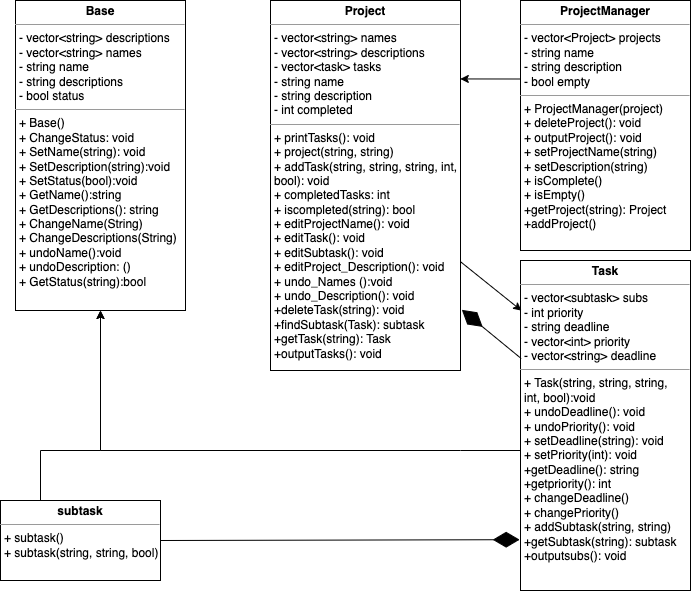
The draw.io diagram images/UML_CS100P.png in ELing24/Task_Scheduler_CPP, before a commit. Source tidied: cells renumbered, new cells last; positions are measured from the earlier drawing's top-left corner, leaving out a move shared by most shapes.
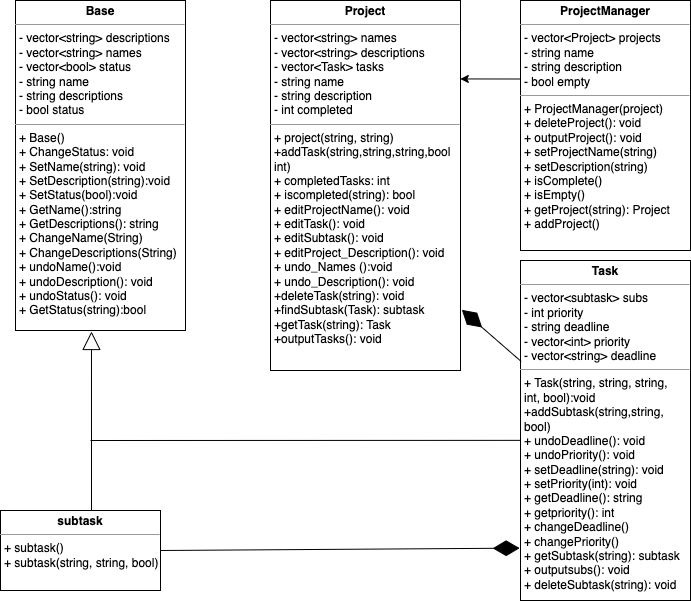
After the change.

Change to the diagram source:
```diff
@@ -2,41 +2,21 @@
   <root>
     <mxCell id="0" />
     <mxCell id="1" parent="0" />
-    <mxCell id="2" value="&lt;p style=&quot;margin:0px;margin-top:4px;text-align:center;&quot;&gt;&lt;b&gt;ProjectManager&lt;/b&gt;&lt;/p&gt;&lt;hr size=&quot;1&quot;&gt;&lt;p style=&quot;margin:0px;margin-left:4px;&quot;&gt;- vector&amp;lt;Project&amp;gt; projects&lt;br&gt;&lt;/p&gt;&lt;p style=&quot;margin:0px;margin-left:4px;&quot;&gt;- string name&lt;/p&gt;&lt;p style=&quot;margin:0px;margin-left:4px;&quot;&gt;- string description&lt;/p&gt;&lt;p style=&quot;margin:0px;margin-left:4px;&quot;&gt;- bool empty&lt;/p&gt;&lt;hr size=&quot;1&quot;&gt;&lt;p style=&quot;margin:0px;margin-left:4px;&quot;&gt;+ ProjectManager(project)&lt;/p&gt;&lt;p style=&quot;margin:0px;margin-left:4px;&quot;&gt;+ deleteProject(): void&lt;br&gt;&lt;/p&gt;&lt;p style=&quot;margin:0px;margin-left:4px;&quot;&gt;+ outputProject(): void&lt;br&gt;&lt;/p&gt;&lt;p style=&quot;margin:0px;margin-left:4px;&quot;&gt;+ setProjectName(string)&lt;br&gt;&lt;/p&gt;&lt;p style=&quot;margin:0px;margin-left:4px;&quot;&gt;+ setDescription(string)&lt;br&gt;&lt;/p&gt;&lt;p style=&quot;margin:0px;margin-left:4px;&quot;&gt;+ isComplete()&lt;br&gt;&lt;/p&gt;&lt;p style=&quot;margin:0px;margin-left:4px;&quot;&gt;+ isEmpty()&lt;br&gt;&lt;/p&gt;&lt;p style=&quot;margin:0px;margin-left:4px;&quot;&gt;+getProject(string): Project&lt;/p&gt;&lt;p style=&quot;margin:0px;margin-left:4px;&quot;&gt;+addProject()&lt;/p&gt;" style="verticalAlign=top;align=left;overflow=fill;fontSize=12;fontFamily=Helvetica;html=1;" parent="1" vertex="1">
+    <mxCell id="2" value="&lt;p style=&quot;margin:0px;margin-top:4px;text-align:center;&quot;&gt;&lt;b&gt;ProjectManager&lt;/b&gt;&lt;/p&gt;&lt;hr size=&quot;1&quot;&gt;&lt;p style=&quot;margin:0px;margin-left:4px;&quot;&gt;- vector&amp;lt;Project&amp;gt; projects&lt;br&gt;&lt;/p&gt;&lt;p style=&quot;margin:0px;margin-left:4px;&quot;&gt;- string name&lt;/p&gt;&lt;p style=&quot;margin:0px;margin-left:4px;&quot;&gt;- string description&lt;/p&gt;&lt;p style=&quot;margin:0px;margin-left:4px;&quot;&gt;- bool empty&lt;/p&gt;&lt;hr size=&quot;1&quot;&gt;&lt;p style=&quot;margin:0px;margin-left:4px;&quot;&gt;+ ProjectManager(project)&lt;/p&gt;&lt;p style=&quot;margin:0px;margin-left:4px;&quot;&gt;+ deleteProject(): void&lt;br&gt;&lt;/p&gt;&lt;p style=&quot;margin:0px;margin-left:4px;&quot;&gt;+ outputProject(): void&lt;br&gt;&lt;/p&gt;&lt;p style=&quot;margin:0px;margin-left:4px;&quot;&gt;+ setProjectName(string)&lt;br&gt;&lt;/p&gt;&lt;p style=&quot;margin:0px;margin-left:4px;&quot;&gt;+ setDescription(string)&lt;br&gt;&lt;/p&gt;&lt;p style=&quot;margin:0px;margin-left:4px;&quot;&gt;+ isComplete()&lt;br&gt;&lt;/p&gt;&lt;p style=&quot;margin:0px;margin-left:4px;&quot;&gt;+ isEmpty()&lt;br&gt;&lt;/p&gt;&lt;p style=&quot;margin:0px;margin-left:4px;&quot;&gt;+ getProject(string): Project&lt;/p&gt;&lt;p style=&quot;margin:0px;margin-left:4px;&quot;&gt;+ addProject()&lt;/p&gt;" style="verticalAlign=top;align=left;overflow=fill;fontSize=12;fontFamily=Helvetica;html=1;" parent="1" vertex="1">
       <mxGeometry x="520" width="170" height="250" as="geometry" />
     </mxCell>
-    <mxCell id="3" value="&lt;p style=&quot;margin:0px;margin-top:4px;text-align:center;&quot;&gt;&lt;b&gt;Project&lt;/b&gt;&lt;/p&gt;&lt;hr size=&quot;1&quot;&gt;&lt;p style=&quot;margin:0px;margin-left:4px;&quot;&gt;- vector&amp;lt;string&amp;gt; names&lt;br&gt;&lt;/p&gt;&lt;p style=&quot;margin:0px;margin-left:4px;&quot;&gt;- vector&amp;lt;string&amp;gt; descriptions&lt;/p&gt;&lt;p style=&quot;margin:0px;margin-left:4px;&quot;&gt;- vector&amp;lt;task&amp;gt; tasks&lt;br&gt;&lt;/p&gt;&lt;p style=&quot;margin:0px;margin-left:4px;&quot;&gt;- string name&lt;/p&gt;&lt;p style=&quot;margin:0px;margin-left:4px;&quot;&gt;- string description&lt;br&gt;&lt;/p&gt;&lt;p style=&quot;margin:0px;margin-left:4px;&quot;&gt;- int completed&lt;br&gt;&lt;/p&gt;&lt;hr size=&quot;1&quot;&gt;&lt;p style=&quot;margin:0px;margin-left:4px;&quot;&gt;+ printTasks(): void&lt;/p&gt;&lt;p style=&quot;margin:0px;margin-left:4px;&quot;&gt;+ project(string, string)&lt;br&gt;&lt;/p&gt;&lt;p style=&quot;margin:0px;margin-left:4px;&quot;&gt;+ addTask(string, string, string, int,&amp;nbsp;&lt;/p&gt;&lt;p style=&quot;margin:0px;margin-left:4px;&quot;&gt;&lt;span style=&quot;background-color: initial;&quot;&gt;bool): void&lt;/span&gt;&lt;/p&gt;&lt;p style=&quot;margin:0px;margin-left:4px;&quot;&gt;+ completedTasks: int&lt;br&gt;&lt;/p&gt;&lt;p style=&quot;margin:0px;margin-left:4px;&quot;&gt;+ iscompleted(string): bool&lt;/p&gt;&lt;p style=&quot;margin:0px;margin-left:4px;&quot;&gt;+ editProjectName(): void&lt;br&gt;&lt;/p&gt;&lt;p style=&quot;margin:0px;margin-left:4px;&quot;&gt;+ editTask(): void&lt;/p&gt;&lt;p style=&quot;margin:0px;margin-left:4px;&quot;&gt;+ editSubtask(): void&amp;nbsp;&lt;/p&gt;&lt;p style=&quot;margin:0px;margin-left:4px;&quot;&gt;+ editProject_Description(): void&lt;br&gt;&lt;/p&gt;&lt;p style=&quot;margin:0px;margin-left:4px;&quot;&gt;+ undo_Names ():void&lt;br&gt;&lt;/p&gt;&lt;p style=&quot;margin:0px;margin-left:4px;&quot;&gt;+ undo_Description(): void&lt;br&gt;&lt;/p&gt;&lt;p style=&quot;margin:0px;margin-left:4px;&quot;&gt;+deleteTask(string): void&lt;/p&gt;&lt;p style=&quot;margin:0px;margin-left:4px;&quot;&gt;+findSubtask(Task): subtask&lt;/p&gt;&lt;p style=&quot;margin:0px;margin-left:4px;&quot;&gt;+getTask(string): Task&lt;/p&gt;&lt;p style=&quot;margin:0px;margin-left:4px;&quot;&gt;+outputTasks(): void&lt;/p&gt;&lt;p style=&quot;margin:0px;margin-left:4px;&quot;&gt;&lt;br&gt;&lt;/p&gt;&lt;p style=&quot;margin:0px;margin-left:4px;&quot;&gt;&lt;br&gt;&lt;/p&gt;" style="verticalAlign=top;align=left;overflow=fill;fontSize=12;fontFamily=Helvetica;html=1;" parent="1" vertex="1">
+    <mxCell id="3" value="&lt;p style=&quot;margin:0px;margin-top:4px;text-align:center;&quot;&gt;&lt;b&gt;Project&lt;/b&gt;&lt;/p&gt;&lt;hr size=&quot;1&quot;&gt;&lt;p style=&quot;margin:0px;margin-left:4px;&quot;&gt;- vector&amp;lt;string&amp;gt; names&lt;br&gt;&lt;/p&gt;&lt;p style=&quot;margin:0px;margin-left:4px;&quot;&gt;- vector&amp;lt;string&amp;gt; descriptions&lt;/p&gt;&lt;p style=&quot;margin:0px;margin-left:4px;&quot;&gt;- vector&amp;lt;Task&amp;gt; tasks&lt;br&gt;&lt;/p&gt;&lt;p style=&quot;margin:0px;margin-left:4px;&quot;&gt;- string name&lt;/p&gt;&lt;p style=&quot;margin:0px;margin-left:4px;&quot;&gt;- string description&lt;br&gt;&lt;/p&gt;&lt;p style=&quot;margin:0px;margin-left:4px;&quot;&gt;- int completed&lt;br&gt;&lt;/p&gt;&lt;hr size=&quot;1&quot;&gt;&lt;p style=&quot;margin:0px;margin-left:4px;&quot;&gt;&lt;span style=&quot;background-color: initial;&quot;&gt;+ project(string, string)&lt;/span&gt;&lt;/p&gt;&lt;p style=&quot;margin:0px;margin-left:4px;&quot;&gt;&lt;span style=&quot;background-color: initial;&quot;&gt;+addTask(string,string,string,bool&lt;/span&gt;&lt;/p&gt;&lt;p style=&quot;margin:0px;margin-left:4px;&quot;&gt;&lt;span style=&quot;background-color: initial;&quot;&gt;int)&lt;/span&gt;&lt;/p&gt;&lt;p style=&quot;margin:0px;margin-left:4px;&quot;&gt;+ completedTasks: int&lt;br&gt;&lt;/p&gt;&lt;p style=&quot;margin:0px;margin-left:4px;&quot;&gt;+ iscompleted(string): bool&lt;/p&gt;&lt;p style=&quot;margin:0px;margin-left:4px;&quot;&gt;+ editProjectName(): void&lt;br&gt;&lt;/p&gt;&lt;p style=&quot;margin:0px;margin-left:4px;&quot;&gt;+ editTask(): void&lt;/p&gt;&lt;p style=&quot;margin:0px;margin-left:4px;&quot;&gt;+ editSubtask(): void&amp;nbsp;&lt;/p&gt;&lt;p style=&quot;margin:0px;margin-left:4px;&quot;&gt;+ editProject_Description(): void&lt;br&gt;&lt;/p&gt;&lt;p style=&quot;margin:0px;margin-left:4px;&quot;&gt;+ undo_Names ():void&lt;br&gt;&lt;/p&gt;&lt;p style=&quot;margin:0px;margin-left:4px;&quot;&gt;+ undo_Description(): void&lt;br&gt;&lt;/p&gt;&lt;p style=&quot;margin:0px;margin-left:4px;&quot;&gt;+deleteTask(string): void&lt;/p&gt;&lt;p style=&quot;margin:0px;margin-left:4px;&quot;&gt;+findSubtask(Task): subtask&lt;/p&gt;&lt;p style=&quot;margin:0px;margin-left:4px;&quot;&gt;+getTask(string): Task&lt;/p&gt;&lt;p style=&quot;margin:0px;margin-left:4px;&quot;&gt;+outputTasks(): void&lt;/p&gt;&lt;p style=&quot;margin:0px;margin-left:4px;&quot;&gt;&lt;br&gt;&lt;/p&gt;&lt;p style=&quot;margin:0px;margin-left:4px;&quot;&gt;&lt;br&gt;&lt;/p&gt;" style="verticalAlign=top;align=left;overflow=fill;fontSize=12;fontFamily=Helvetica;html=1;" parent="1" vertex="1">
       <mxGeometry x="270" width="190" height="370" as="geometry" />
     </mxCell>
-    <mxCell id="4" value="&lt;p style=&quot;margin:0px;margin-top:4px;text-align:center;&quot;&gt;&lt;b&gt;Task&lt;/b&gt;&lt;/p&gt;&lt;hr size=&quot;1&quot;&gt;&lt;p style=&quot;margin:0px;margin-left:4px;&quot;&gt;- vector&amp;lt;subtask&amp;gt; subs&lt;br&gt;&lt;/p&gt;&lt;p style=&quot;margin:0px;margin-left:4px;&quot;&gt;- int priority&lt;/p&gt;&lt;p style=&quot;margin:0px;margin-left:4px;&quot;&gt;- string deadline&lt;/p&gt;&lt;p style=&quot;margin:0px;margin-left:4px;&quot;&gt;- vector&amp;lt;int&amp;gt; priority&lt;/p&gt;&lt;p style=&quot;margin:0px;margin-left:4px;&quot;&gt;- vector&amp;lt;string&amp;gt; deadline&lt;/p&gt;&lt;hr size=&quot;1&quot;&gt;&lt;p style=&quot;margin:0px;margin-left:4px;&quot;&gt;&lt;span style=&quot;background-color: initial;&quot;&gt;+ Task(string, string, string,&lt;/span&gt;&lt;/p&gt;&lt;p style=&quot;margin:0px;margin-left:4px;&quot;&gt;int, bool):void&lt;/p&gt;&lt;p style=&quot;margin:0px;margin-left:4px;&quot;&gt;+ undoDeadline(): void&lt;/p&gt;&lt;p style=&quot;margin:0px;margin-left:4px;&quot;&gt;+ undoPriority(): void&lt;/p&gt;&lt;p style=&quot;margin:0px;margin-left:4px;&quot;&gt;+ setDeadline(string): void&lt;br&gt;&lt;/p&gt;&lt;p style=&quot;margin:0px;margin-left:4px;&quot;&gt;+ setPriority(int): void&lt;br&gt;&lt;/p&gt;&lt;p style=&quot;margin:0px;margin-left:4px;&quot;&gt;+getDeadline(): string&lt;/p&gt;&lt;p style=&quot;margin:0px;margin-left:4px;&quot;&gt;+getpriority(): int&lt;/p&gt;&lt;p style=&quot;margin:0px;margin-left:4px;&quot;&gt;+ changeDeadline()&lt;/p&gt;&lt;p style=&quot;margin:0px;margin-left:4px;&quot;&gt;+ changePriority()&lt;/p&gt;&lt;p style=&quot;margin:0px;margin-left:4px;&quot;&gt;+ addSubtask(string, string)&lt;br&gt;&lt;/p&gt;&lt;p style=&quot;margin:0px;margin-left:4px;&quot;&gt;+getSubtask(string): subtask&lt;/p&gt;&lt;p style=&quot;margin:0px;margin-left:4px;&quot;&gt;+outputsubs(): void&lt;/p&gt;" style="verticalAlign=top;align=left;overflow=fill;fontSize=12;fontFamily=Helvetica;html=1;" parent="1" vertex="1">
-      <mxGeometry x="520" y="260" width="170" height="330" as="geometry" />
+    <mxCell id="4" value="&lt;p style=&quot;margin:0px;margin-top:4px;text-align:center;&quot;&gt;&lt;b&gt;Task&lt;/b&gt;&lt;/p&gt;&lt;hr size=&quot;1&quot;&gt;&lt;p style=&quot;margin:0px;margin-left:4px;&quot;&gt;- vector&amp;lt;subtask&amp;gt; subs&lt;br&gt;&lt;/p&gt;&lt;p style=&quot;margin:0px;margin-left:4px;&quot;&gt;- int priority&lt;/p&gt;&lt;p style=&quot;margin:0px;margin-left:4px;&quot;&gt;- string deadline&lt;/p&gt;&lt;p style=&quot;margin:0px;margin-left:4px;&quot;&gt;- vector&amp;lt;int&amp;gt; priority&lt;/p&gt;&lt;p style=&quot;margin:0px;margin-left:4px;&quot;&gt;- vector&amp;lt;string&amp;gt; deadline&lt;/p&gt;&lt;hr size=&quot;1&quot;&gt;&lt;p style=&quot;margin:0px;margin-left:4px;&quot;&gt;&lt;span style=&quot;background-color: initial;&quot;&gt;+ Task(string, string, string,&lt;/span&gt;&lt;/p&gt;&lt;p style=&quot;margin:0px;margin-left:4px;&quot;&gt;int, bool):void&lt;/p&gt;&lt;p style=&quot;margin:0px;margin-left:4px;&quot;&gt;+addSubtask(string,string,&lt;/p&gt;&lt;p style=&quot;margin:0px;margin-left:4px;&quot;&gt;bool)&lt;/p&gt;&lt;p style=&quot;margin:0px;margin-left:4px;&quot;&gt;+ undoDeadline(): void&lt;/p&gt;&lt;p style=&quot;margin:0px;margin-left:4px;&quot;&gt;+ undoPriority(): void&lt;/p&gt;&lt;p style=&quot;margin:0px;margin-left:4px;&quot;&gt;+ setDeadline(string): void&lt;br&gt;&lt;/p&gt;&lt;p style=&quot;margin:0px;margin-left:4px;&quot;&gt;+ setPriority(int): void&lt;br&gt;&lt;/p&gt;&lt;p style=&quot;margin:0px;margin-left:4px;&quot;&gt;+ getDeadline(): string&lt;/p&gt;&lt;p style=&quot;margin:0px;margin-left:4px;&quot;&gt;+ getpriority(): int&lt;/p&gt;&lt;p style=&quot;margin:0px;margin-left:4px;&quot;&gt;+ changeDeadline()&lt;/p&gt;&lt;p style=&quot;margin:0px;margin-left:4px;&quot;&gt;+ changePriority()&lt;/p&gt;&lt;p style=&quot;margin:0px;margin-left:4px;&quot;&gt;+ getSubtask(string): subtask&lt;/p&gt;&lt;p style=&quot;margin:0px;margin-left:4px;&quot;&gt;+ outputsubs(): void&lt;/p&gt;&lt;p style=&quot;margin:0px;margin-left:4px;&quot;&gt;+ deleteSubtask(string): void&lt;/p&gt;" style="verticalAlign=top;align=left;overflow=fill;fontSize=12;fontFamily=Helvetica;html=1;" parent="1" vertex="1">
+      <mxGeometry x="520" y="260" width="170" height="340" as="geometry" />
     </mxCell>
     <mxCell id="5" value="&lt;p style=&quot;margin:0px;margin-top:4px;text-align:center;&quot;&gt;&lt;b&gt;subtask&lt;/b&gt;&lt;/p&gt;&lt;hr size=&quot;1&quot;&gt;&lt;p style=&quot;margin:0px;margin-left:4px;&quot;&gt;&lt;span style=&quot;background-color: initial;&quot;&gt;+ subtask()&lt;/span&gt;&lt;br&gt;&lt;/p&gt;&lt;p style=&quot;margin:0px;margin-left:4px;&quot;&gt;&lt;span style=&quot;background-color: initial;&quot;&gt;+ subtask(string, string, bool)&lt;/span&gt;&lt;/p&gt;" style="verticalAlign=top;align=left;overflow=fill;fontSize=12;fontFamily=Helvetica;html=1;" parent="1" vertex="1">
-      <mxGeometry y="500" width="160" height="80" as="geometry" />
+      <mxGeometry y="510" width="160" height="80" as="geometry" />
     </mxCell>
-    <mxCell id="6" value="&lt;p style=&quot;margin:0px;margin-top:4px;text-align:center;&quot;&gt;&lt;b&gt;Base&lt;/b&gt;&lt;/p&gt;&lt;hr size=&quot;1&quot;&gt;&lt;p style=&quot;margin:0px;margin-left:4px;&quot;&gt;- vector&amp;lt;string&amp;gt; descriptions&lt;/p&gt;&lt;p style=&quot;margin:0px;margin-left:4px;&quot;&gt;- vector&amp;lt;string&amp;gt; names&lt;/p&gt;&lt;p style=&quot;margin:0px;margin-left:4px;&quot;&gt;- string name&lt;/p&gt;&lt;p style=&quot;margin:0px;margin-left:4px;&quot;&gt;- string descriptions&lt;/p&gt;&lt;p style=&quot;margin:0px;margin-left:4px;&quot;&gt;- bool status&lt;/p&gt;&lt;hr size=&quot;1&quot;&gt;&lt;p style=&quot;margin:0px;margin-left:4px;&quot;&gt;+ Base()&lt;/p&gt;&lt;p style=&quot;margin:0px;margin-left:4px;&quot;&gt;+ ChangeStatus: void&lt;br&gt;&lt;/p&gt;&lt;p style=&quot;margin:0px;margin-left:4px;&quot;&gt;+ SetName(string): void&lt;/p&gt;&lt;p style=&quot;margin:0px;margin-left:4px;&quot;&gt;+ SetDescription(string):void&lt;br&gt;&lt;/p&gt;&lt;p style=&quot;margin:0px;margin-left:4px;&quot;&gt;+ SetStatus(bool):void&lt;br&gt;&lt;/p&gt;&lt;p style=&quot;margin:0px;margin-left:4px;&quot;&gt;+ GetName():string&lt;br&gt;&lt;/p&gt;&lt;p style=&quot;margin:0px;margin-left:4px;&quot;&gt;+ GetDescriptions(): string&lt;br&gt;&lt;/p&gt;&lt;p style=&quot;margin:0px;margin-left:4px;&quot;&gt;+ ChangeName(String)&lt;br&gt;&lt;/p&gt;&lt;p style=&quot;margin:0px;margin-left:4px;&quot;&gt;+ ChangeDescriptions(String)&lt;br&gt;&lt;/p&gt;&lt;p style=&quot;margin:0px;margin-left:4px;&quot;&gt;+ undoName():void&lt;br&gt;&lt;/p&gt;&lt;p style=&quot;margin:0px;margin-left:4px;&quot;&gt;+ undoDescription: ()&lt;br&gt;&lt;/p&gt;&lt;p style=&quot;margin:0px;margin-left:4px;&quot;&gt;+ GetStatus(string):bool&lt;br&gt;&lt;/p&gt;&lt;p style=&quot;margin:0px;margin-left:4px;&quot;&gt;&lt;br&gt;&lt;/p&gt;&lt;p style=&quot;margin:0px;margin-left:4px;&quot;&gt;&lt;br&gt;&lt;/p&gt;" style="verticalAlign=top;align=left;overflow=fill;fontSize=12;fontFamily=Helvetica;html=1;" parent="1" vertex="1">
-      <mxGeometry x="15" width="170" height="310" as="geometry" />
+    <mxCell id="6" value="&lt;p style=&quot;margin:0px;margin-top:4px;text-align:center;&quot;&gt;&lt;b&gt;Base&lt;/b&gt;&lt;/p&gt;&lt;hr size=&quot;1&quot;&gt;&lt;p style=&quot;margin:0px;margin-left:4px;&quot;&gt;- vector&amp;lt;string&amp;gt; descriptions&lt;/p&gt;&lt;p style=&quot;margin:0px;margin-left:4px;&quot;&gt;- vector&amp;lt;string&amp;gt; names&lt;/p&gt;&lt;p style=&quot;margin:0px;margin-left:4px;&quot;&gt;- vector&amp;lt;bool&amp;gt; status&lt;/p&gt;&lt;p style=&quot;margin:0px;margin-left:4px;&quot;&gt;- string name&lt;/p&gt;&lt;p style=&quot;margin:0px;margin-left:4px;&quot;&gt;- string descriptions&lt;/p&gt;&lt;p style=&quot;margin:0px;margin-left:4px;&quot;&gt;- bool status&lt;/p&gt;&lt;hr size=&quot;1&quot;&gt;&lt;p style=&quot;margin:0px;margin-left:4px;&quot;&gt;+ Base()&lt;/p&gt;&lt;p style=&quot;margin:0px;margin-left:4px;&quot;&gt;+ ChangeStatus: void&lt;br&gt;&lt;/p&gt;&lt;p style=&quot;margin:0px;margin-left:4px;&quot;&gt;+ SetName(string): void&lt;/p&gt;&lt;p style=&quot;margin:0px;margin-left:4px;&quot;&gt;+ SetDescription(string):void&lt;br&gt;&lt;/p&gt;&lt;p style=&quot;margin:0px;margin-left:4px;&quot;&gt;+ SetStatus(bool):void&lt;br&gt;&lt;/p&gt;&lt;p style=&quot;margin:0px;margin-left:4px;&quot;&gt;+ GetName():string&lt;br&gt;&lt;/p&gt;&lt;p style=&quot;margin:0px;margin-left:4px;&quot;&gt;+ GetDescriptions(): string&lt;br&gt;&lt;/p&gt;&lt;p style=&quot;margin:0px;margin-left:4px;&quot;&gt;+ ChangeName(String)&lt;br&gt;&lt;/p&gt;&lt;p style=&quot;margin:0px;margin-left:4px;&quot;&gt;+ ChangeDescriptions(String)&lt;br&gt;&lt;/p&gt;&lt;p style=&quot;margin:0px;margin-left:4px;&quot;&gt;+ undoName():void&lt;br&gt;&lt;/p&gt;&lt;p style=&quot;margin:0px;margin-left:4px;&quot;&gt;+ undoDescription(): void&lt;br&gt;&lt;/p&gt;&lt;p style=&quot;margin:0px;margin-left:4px;&quot;&gt;+ undoStatus(): void&lt;/p&gt;&lt;p style=&quot;margin:0px;margin-left:4px;&quot;&gt;+ GetStatus(string):bool&lt;br&gt;&lt;/p&gt;&lt;p style=&quot;margin:0px;margin-left:4px;&quot;&gt;&lt;br&gt;&lt;/p&gt;&lt;p style=&quot;margin:0px;margin-left:4px;&quot;&gt;&lt;br&gt;&lt;/p&gt;" style="verticalAlign=top;align=left;overflow=fill;fontSize=12;fontFamily=Helvetica;html=1;" parent="1" vertex="1">
+      <mxGeometry x="15" width="170" height="330" as="geometry" />
     </mxCell>
-    <mxCell id="7" style="endArrow=classic;html=1;rounded=0;" parent="1" edge="1" target="6">
-      <mxGeometry relative="1" as="geometry">
-        <mxPoint x="520" y="450" as="sourcePoint" />
-        <Array as="points">
-          <mxPoint x="460" y="450" />
-          <mxPoint x="100" y="450" />
-        </Array>
-      </mxGeometry>
-    </mxCell>
-    <mxCell id="8" style="endArrow=classic;html=1;rounded=0;exitX=0.25;exitY=0;exitDx=0;exitDy=0;entryX=0.5;entryY=1;entryDx=0;entryDy=0;" parent="1" edge="1" source="5" target="6">
-      <mxGeometry relative="1" as="geometry">
-        <Array as="points">
-          <mxPoint x="40" y="450" />
-          <mxPoint x="100" y="450" />
-        </Array>
-      </mxGeometry>
-    </mxCell>
-    <mxCell id="9" style="endArrow=classic;html=1;rounded=0;strokeWidth=1;entryX=0.006;entryY=0.152;entryDx=0;entryDy=0;entryPerimeter=0;" parent="1" edge="1" source="3" target="4">
-      <mxGeometry relative="1" as="geometry" />
-    </mxCell>
     <mxCell id="10" style="endArrow=diamondThin;endFill=1;endSize=24;html=1;rounded=0;exitX=1;exitY=0.5;exitDx=0;exitDy=0;entryX=-0.005;entryY=0.846;entryDx=0;entryDy=0;entryPerimeter=0;" parent="1" edge="1" source="5" target="4">
       <mxGeometry relative="1" as="geometry" />
     </mxCell>
@@ -46,5 +26,15 @@
     <mxCell id="12" style="endArrow=diamondThin;endFill=1;endSize=24;html=1;rounded=0;entryX=1.007;entryY=0.836;entryDx=0;entryDy=0;entryPerimeter=0;exitX=0.004;exitY=0.297;exitDx=0;exitDy=0;exitPerimeter=0;" parent="1" edge="1" source="4" target="3">
       <mxGeometry relative="1" as="geometry" />
     </mxCell>
+    <mxCell id="13" style="endArrow=block;endSize=16;endFill=0;html=1;rounded=0;entryX=0.447;entryY=1.003;entryDx=0;entryDy=0;entryPerimeter=0;" parent="1" edge="1" target="6">
+      <mxGeometry relative="1" as="geometry">
+        <mxPoint x="91" y="510" as="sourcePoint" />
+      </mxGeometry>
+    </mxCell>
+    <mxCell id="14" style="endArrow=none;html=1;rounded=0;entryX=0;entryY=0.529;entryDx=0;entryDy=0;entryPerimeter=0;" parent="1" edge="1" target="4">
+      <mxGeometry relative="1" as="geometry">
+        <mxPoint x="90" y="440" as="sourcePoint" />
+      </mxGeometry>
+    </mxCell>
   </root>
 </mxGraphModel>
```
